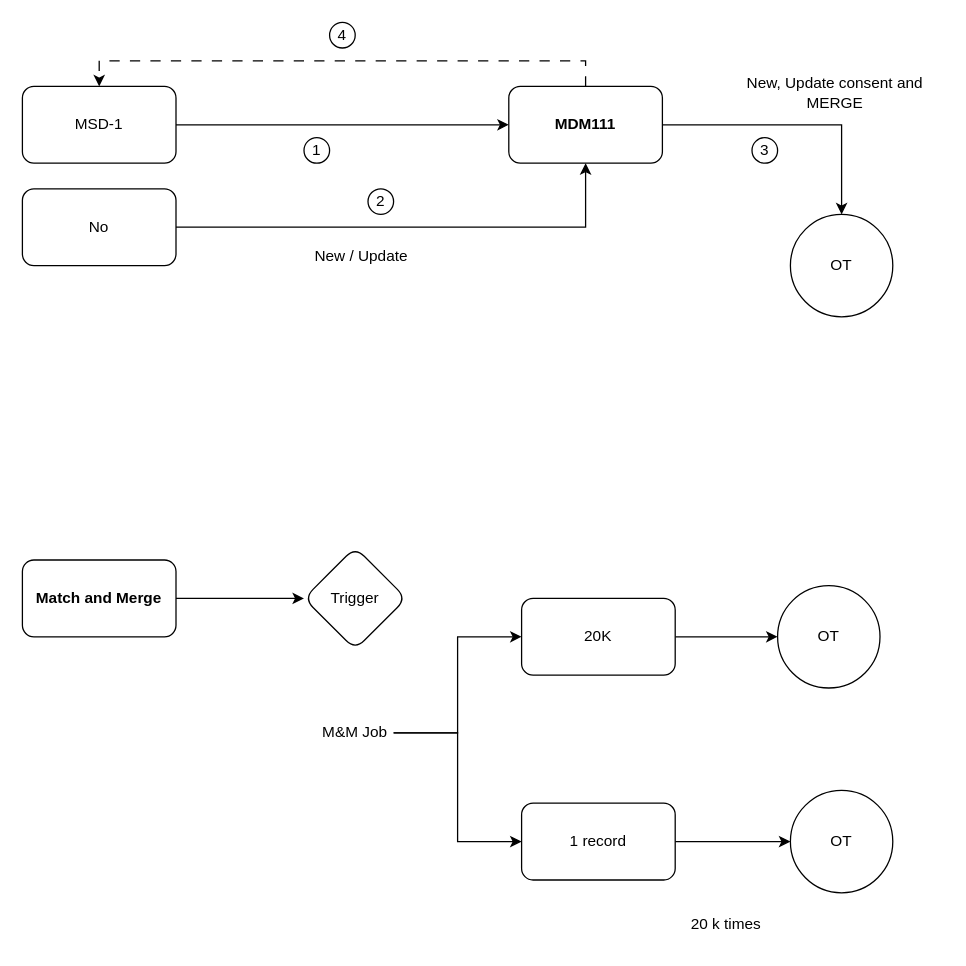
biswarup81/drawings keeps this draw.io diagram as page "OT-MSD" (15 of 17) of TME-3.drawio. Above is the earlier version. Source tidied: cells renumbered, new cells numbered last; positions are measured from the earlier drawing's top-left corner, leaving out a move shared by most shapes. Both pictures are drawn from the tidied source at 128%, with x=0, y=0 at pixel (22, 22).
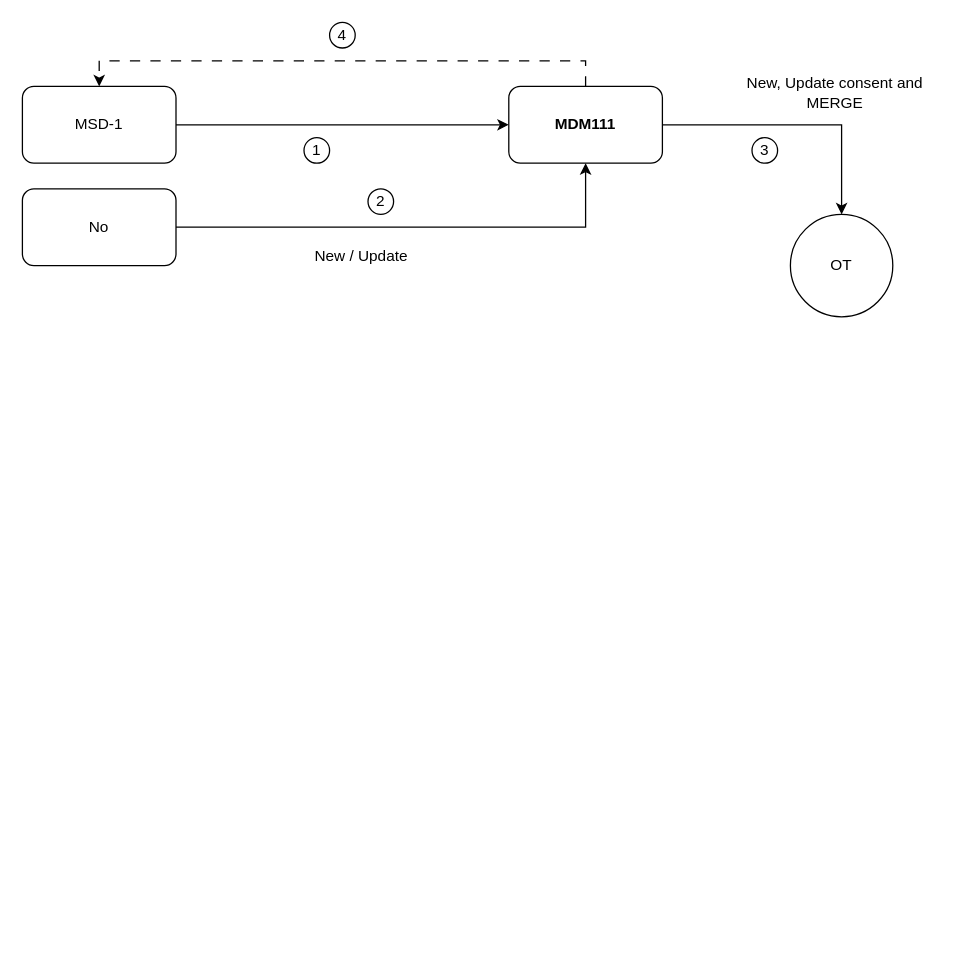
Above is the later version.

Diff of the diagram source:
```diff
@@
-    <mxCell id="8" style="edgeStyle=orthogonalEdgeStyle;rounded=0;jettySize=auto;html=1;" parent="1" edge="1" source="9" target="10">
-      <mxGeometry relative="1" as="geometry" />
-    </mxCell>
-    <mxCell id="9" value="&lt;b&gt;Match and Merge&lt;/b&gt;" style="rounded=1;whiteSpace=wrap;html=1;" parent="1" vertex="1">
-      <mxGeometry y="420" width="120" height="60" as="geometry" />
-    </mxCell>
-    <mxCell id="10" value="Trigger" style="rhombus;whiteSpace=wrap;html=1;rounded=1;" parent="1" vertex="1">
-      <mxGeometry x="220" y="410" width="80" height="80" as="geometry" />
-    </mxCell>
@@
-    <mxCell id="14" style="edgeStyle=orthogonalEdgeStyle;rounded=0;jettySize=auto;html=1;" parent="1" edge="1" source="15" target="16">
-      <mxGeometry relative="1" as="geometry" />
-    </mxCell>
-    <mxCell id="15" value="20K" style="rounded=1;whiteSpace=wrap;html=1;" parent="1" vertex="1">
-      <mxGeometry x="390" y="450" width="120" height="60" as="geometry" />
-    </mxCell>
-    <mxCell id="16" value="OT" style="ellipse;whiteSpace=wrap;html=1;rounded=1;" parent="1" vertex="1">
-      <mxGeometry x="590" y="440" width="80" height="80" as="geometry" />
-    </mxCell>
-    <mxCell id="17" style="edgeStyle=orthogonalEdgeStyle;rounded=0;jettySize=auto;html=1;" parent="1" edge="1" source="18" target="19">
-      <mxGeometry relative="1" as="geometry" />
-    </mxCell>
-    <mxCell id="18" value="1 record" style="rounded=1;whiteSpace=wrap;html=1;" parent="1" vertex="1">
-      <mxGeometry x="390" y="610" width="120" height="60" as="geometry" />
-    </mxCell>
-    <mxCell id="19" value="OT" style="ellipse;whiteSpace=wrap;html=1;rounded=1;" parent="1" vertex="1">
-      <mxGeometry x="600" y="600" width="80" height="80" as="geometry" />
-    </mxCell>
-    <mxCell id="20" value="20 k times" style="text;html=1;align=center;verticalAlign=middle;whiteSpace=wrap;rounded=0;" parent="1" vertex="1">
-      <mxGeometry x="520" y="690" width="60" height="30" as="geometry" />
-    </mxCell>
-    <mxCell id="21" style="edgeStyle=orthogonalEdgeStyle;rounded=0;jettySize=auto;html=1;entryX=0;entryY=0.5;entryDx=0;entryDy=0;" parent="1" edge="1" source="23" target="15">
-      <mxGeometry relative="1" as="geometry" />
-    </mxCell>
-    <mxCell id="22" style="edgeStyle=orthogonalEdgeStyle;rounded=0;jettySize=auto;html=1;entryX=0;entryY=0.5;entryDx=0;entryDy=0;" parent="1" edge="1" source="23" target="18">
-      <mxGeometry relative="1" as="geometry" />
-    </mxCell>
-    <mxCell id="23" value="M&amp;amp;M Job" style="text;html=1;align=center;verticalAlign=middle;whiteSpace=wrap;rounded=0;" parent="1" vertex="1">
-      <mxGeometry x="230" y="540" width="60" height="30" as="geometry" />
-    </mxCell>
```
